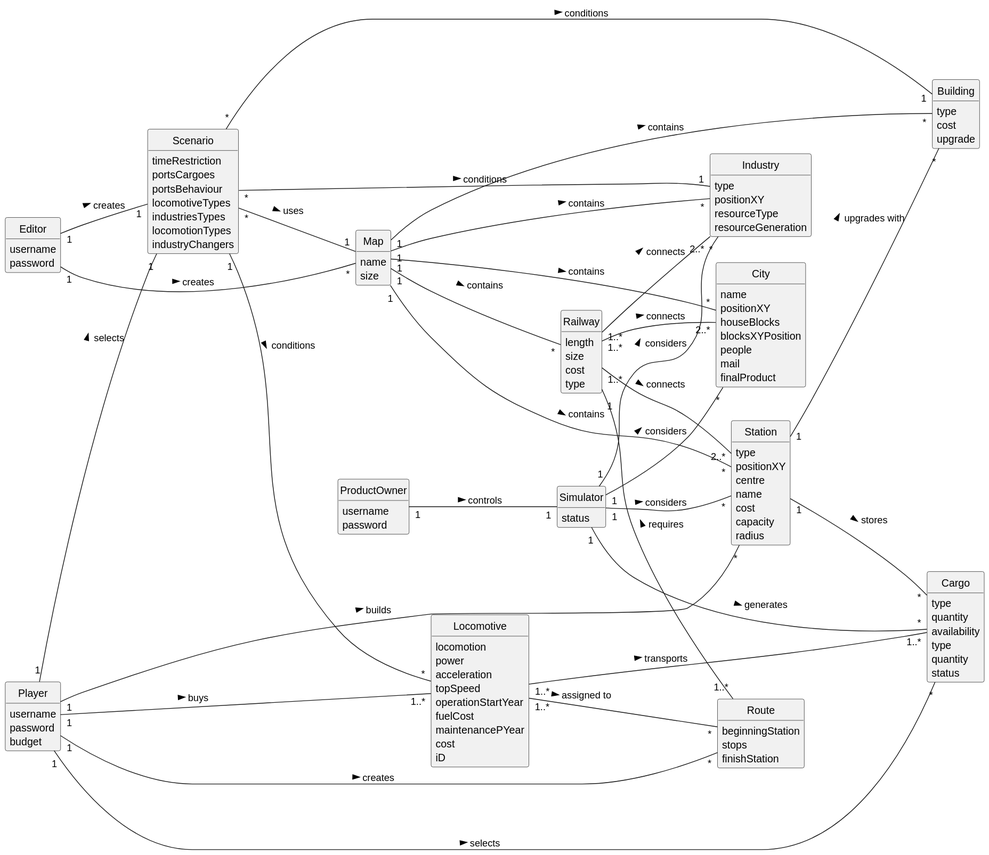
Earlier version of the PlantUML export Sprint2/global-artifacts/02.analysis/svg/DM.svg (1240935/pi2-railway-simulator).
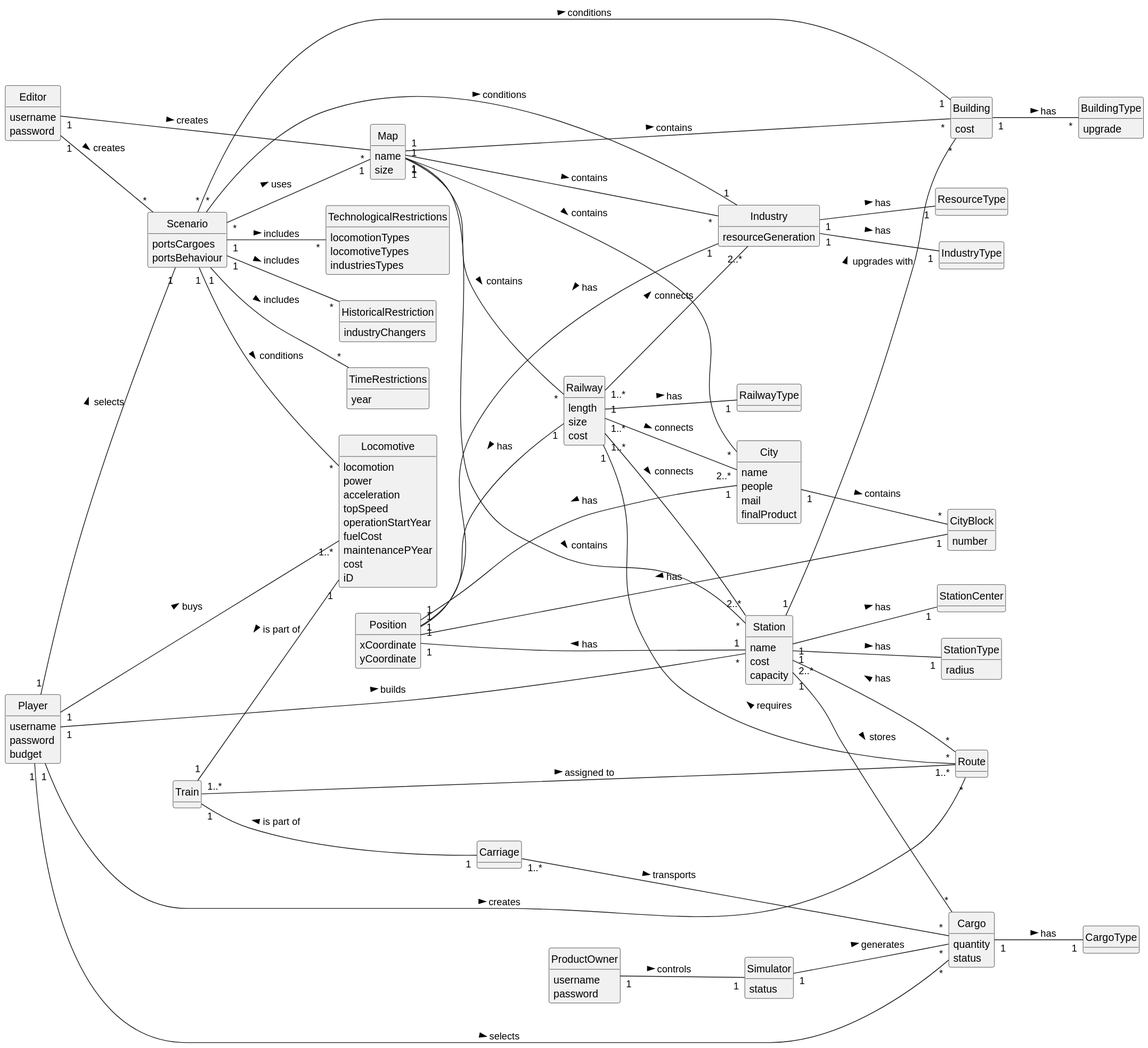
After the change.

What changed in the source:
```diff
@@ -24,66 +24,73 @@
     size
 }
 
+class Position{
+    xCoordinate
+    yCoordinate
+}
+
 class Station {
-    type
-    positionXY
-    centre
     name
     cost
     capacity
+}
+
+class StationCenter{
+}
+
+class StationType{
     radius
 }
 
 class Building {
-    type
     cost
+}
+
+class BuildingType {
     upgrade
 }
 
-class Cargo {
-    type
-    quantity
-    availability
-}
-
 class Industry {
-    type
-    positionXY
-    resourceType
     resourceGeneration
 }
 
+class IndustryType{
+}
+
+class ResourceType{
+}
+
 class Scenario {
-    timeRestriction
     portsCargoes
     portsBehaviour
-    locomotiveTypes
-    industriesTypes
-    locomotionTypes
-    industryChangers
 }
 
 class City {
     name
-    positionXY
-    houseBlocks
-    blocksXYPosition
     people
     mail
     finalProduct
+}
+
+class CityBlock{
+    number
 }
 
 class Railway{
     length
     size
     cost
-    type
+}
+
+class RailwayType{
 }
 
 class Cargo {
-    type
     quantity
     status
+}
+
+class CargoType{
 }
 
 class Locomotive {
@@ -99,9 +106,6 @@
 }
 
 class Route {
-    beginningStation
-    stops
-    finishStation
 }
 
 class Simulator{
@@ -113,8 +117,28 @@
     password
 }
 
+class Train {
+}
+
+class Carriage{
+}
+
+class HistoricalRestriction{
+    industryChangers
+}
+
+class TimeRestrictions{
+    year
+}
+
+class TechnologicalRestrictions{
+    locomotionTypes
+    locomotiveTypes
+    industriesTypes
+}
+
 Editor "1" -- "*" Map : creates >
-Editor "1" -- "1" Scenario : creates >
+Editor "1" -- "*" Scenario : creates >
 Player "1" -- "1" Scenario : selects >
 Player "1" -- "*" Station : builds >
 Player "1" -- "*" Route : creates >
@@ -126,20 +150,36 @@
 Map "1" -- "*" City : contains >
 Map "1" -- "*" Railway: contains >
 Map "1" -- "*" Building: contains >
+Position "1" -- "1" City: has <
+Position "1" -- "1" Industry: has <
+Position "1" -- "1" Station: has <
+Position "1" -- "1" Railway: has <
+Position "1" -- "1" CityBlock: has <
+City "1" -- "*" CityBlock: contains >
+Industry "1" -- "1" IndustryType: has >
+Industry "1" -- "1" ResourceType: has >
 Scenario "*" -- "1" Map : uses >
 Scenario "*" -- "1" Industry: conditions >
 Scenario "*" -- "1" Building: conditions >
 Scenario "1" -- "*" Locomotive: conditions >
+Scenario "1" -- "*" HistoricalRestriction: includes >
+Scenario "1" -- "*" TechnologicalRestrictions: includes >
+Scenario "1" -- "*" TimeRestrictions: includes >
 Simulator "1" -- "*" Cargo: generates >
-Simulator "1" -- "*" City: considers >
-Simulator "1" -- "*" Industry: considers >
-Simulator "1" -- "*" Station: considers >
 Station "1" -- "*" Building : upgrades with >
+Building "1" -- "*" BuildingType : has >
 Station "1" -- "*" Cargo : stores >
-Locomotive "1..*" -- "*" Route : assigned to >
-Locomotive "1..*" -- "1..*" Cargo : transports >
+Station "2..*" -- "*" Route: has <
+Station "1" -- "1" StationType: has >
+Station "1" -- "1" StationCenter: has >
+Train "1..*" -- "*" Route : assigned to >
 Railway "1" -- "1..*" Route: requires <
 Railway "1..*" -- "2..*" City : connects >
 Railway "1..*" -- "2..*" Industry : connects >
 Railway "1..*" -- "2..*" Station : connects >
+Railway "1" -- "1" RailwayType: has >
+Train "1" -- "1" Locomotive: is part of <
+Train "1" -- "1" Carriage: is part of <
+Carriage "1..*" -- "*" Cargo: transports >
+Cargo "1" -- "1" CargoType: has >
 @enduml
```
